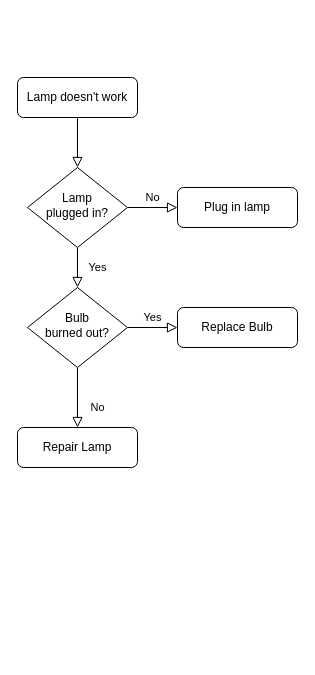
Earlier version of the draw.io diagram draw.io/linux课程设计/客户端整体流程图.drawio (ImZjm/ResourceHub). Source tidied: cells renumbered, new cells numbered last; positions are measured from the earlier drawing's top-left corner, leaving out a move shared by most shapes. Both pictures are drawn from the tidied source at 100%, with x=0, y=0 at pixel (17, 77).
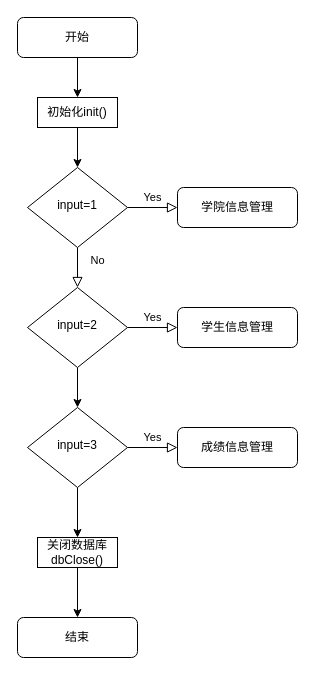
The same page after the edit.

Commit message:
更新客户端整体流程图.drawio

What changed in the source:
```diff
@@
-    <mxCell id="2" style="rounded=0;html=1;jettySize=auto;fontSize=11;endArrow=block;endFill=0;endSize=8;strokeWidth=1;shadow=0;labelBackgroundColor=none;edgeStyle=orthogonalEdgeStyle;" parent="1" edge="1" source="3" target="6">
-      <mxGeometry relative="1" as="geometry" />
-    </mxCell>
+    <mxCell id="13" style="edgeStyle=none;rounded=0;jettySize=auto;html=1;" parent="1" edge="1" source="3" target="16">
+      <mxGeometry relative="1" as="geometry" />
+    </mxCell>
-    <mxCell id="3" value="Lamp doesn't work" style="rounded=1;whiteSpace=wrap;html=1;fontSize=12;glass=0;strokeWidth=1;shadow=0;" parent="1" vertex="1">
-      <mxGeometry width="120" height="40" as="geometry" />
+    <mxCell id="3" value="开始" style="rounded=1;whiteSpace=wrap;html=1;fontSize=12;glass=0;strokeWidth=1;shadow=0;" parent="1" vertex="1">
+      <mxGeometry y="-60" width="120" height="40" as="geometry" />
     </mxCell>
-    <mxCell id="4" value="Yes" style="rounded=0;html=1;jettySize=auto;fontSize=11;endArrow=block;endFill=0;endSize=8;strokeWidth=1;shadow=0;labelBackgroundColor=none;edgeStyle=orthogonalEdgeStyle;" parent="1" edge="1" source="6" target="10">
+    <mxCell id="4" value="No&lt;div&gt;&lt;br&gt;&lt;/div&gt;" style="rounded=0;html=1;jettySize=auto;fontSize=11;endArrow=block;endFill=0;endSize=8;strokeWidth=1;shadow=0;labelBackgroundColor=none;edgeStyle=orthogonalEdgeStyle;" parent="1" edge="1" source="6" target="10">
       <mxGeometry y="20" relative="1" as="geometry" />
     </mxCell>
-    <mxCell id="5" value="No" style="edgeStyle=orthogonalEdgeStyle;rounded=0;html=1;jettySize=auto;fontSize=11;endArrow=block;endFill=0;endSize=8;strokeWidth=1;shadow=0;labelBackgroundColor=none;" parent="1" edge="1" source="6" target="7">
+    <mxCell id="5" value="Yes" style="edgeStyle=orthogonalEdgeStyle;rounded=0;html=1;jettySize=auto;fontSize=11;endArrow=block;endFill=0;endSize=8;strokeWidth=1;shadow=0;labelBackgroundColor=none;" parent="1" edge="1" source="6" target="7">
       <mxGeometry y="10" relative="1" as="geometry" />
     </mxCell>
-    <mxCell id="6" value="Lamp&lt;br&gt;plugged in?" style="rhombus;whiteSpace=wrap;html=1;shadow=0;fontFamily=Helvetica;fontSize=12;align=center;strokeWidth=1;spacing=6;spacingTop=-4;" parent="1" vertex="1">
+    <mxCell id="6" value="input=1" style="rhombus;whiteSpace=wrap;html=1;shadow=0;fontFamily=Helvetica;fontSize=12;align=center;strokeWidth=1;spacing=6;spacingTop=-4;" parent="1" vertex="1">
       <mxGeometry x="10" y="90" width="100" height="80" as="geometry" />
     </mxCell>
-    <mxCell id="7" value="Plug in lamp" style="rounded=1;whiteSpace=wrap;html=1;fontSize=12;glass=0;strokeWidth=1;shadow=0;" parent="1" vertex="1">
+    <mxCell id="7" value="学院信息管理" style="rounded=1;whiteSpace=wrap;html=1;fontSize=12;glass=0;strokeWidth=1;shadow=0;" parent="1" vertex="1">
       <mxGeometry x="160" y="110" width="120" height="40" as="geometry" />
     </mxCell>
-    <mxCell id="8" value="No" style="rounded=0;html=1;jettySize=auto;fontSize=11;endArrow=block;endFill=0;endSize=8;strokeWidth=1;shadow=0;labelBackgroundColor=none;edgeStyle=orthogonalEdgeStyle;" parent="1" edge="1" source="10" target="11">
-      <mxGeometry x="0.33" y="20" relative="1" as="geometry" />
-    </mxCell>
@@
+    <mxCell id="14" style="edgeStyle=none;rounded=0;jettySize=auto;html=1;" parent="1" edge="1" source="10" target="19">
+      <mxGeometry relative="1" as="geometry" />
+    </mxCell>
-    <mxCell id="10" value="Bulb&lt;br&gt;burned out?" style="rhombus;whiteSpace=wrap;html=1;shadow=0;fontFamily=Helvetica;fontSize=12;align=center;strokeWidth=1;spacing=6;spacingTop=-4;" parent="1" vertex="1">
+    <mxCell id="10" value="input=2" style="rhombus;whiteSpace=wrap;html=1;shadow=0;fontFamily=Helvetica;fontSize=12;align=center;strokeWidth=1;spacing=6;spacingTop=-4;" parent="1" vertex="1">
       <mxGeometry x="10" y="210" width="100" height="80" as="geometry" />
     </mxCell>
-    <mxCell id="11" value="Repair Lamp" style="rounded=1;whiteSpace=wrap;html=1;fontSize=12;glass=0;strokeWidth=1;shadow=0;" parent="1" vertex="1">
-      <mxGeometry y="350" width="120" height="40" as="geometry" />
+    <mxCell id="11" value="结束" style="rounded=1;whiteSpace=wrap;html=1;fontSize=12;glass=0;strokeWidth=1;shadow=0;" parent="1" vertex="1">
+      <mxGeometry y="540" width="120" height="40" as="geometry" />
     </mxCell>
-    <mxCell id="12" value="Replace Bulb" style="rounded=1;whiteSpace=wrap;html=1;fontSize=12;glass=0;strokeWidth=1;shadow=0;" parent="1" vertex="1">
+    <mxCell id="12" value="学生信息管理" style="rounded=1;whiteSpace=wrap;html=1;fontSize=12;glass=0;strokeWidth=1;shadow=0;" parent="1" vertex="1">
       <mxGeometry x="160" y="230" width="120" height="40" as="geometry" />
     </mxCell>
+    <mxCell id="15" style="edgeStyle=none;rounded=0;jettySize=auto;html=1;" parent="1" edge="1" source="16" target="6">
+      <mxGeometry relative="1" as="geometry" />
+    </mxCell>
+    <mxCell id="16" value="初始化init()" style="rounded=0;whiteSpace=wrap;html=1;" parent="1" vertex="1">
+      <mxGeometry x="20" y="20" width="80" height="30" as="geometry" />
+    </mxCell>
+    <mxCell id="17" value="Yes" style="edgeStyle=orthogonalEdgeStyle;rounded=0;html=1;jettySize=auto;fontSize=11;endArrow=block;endFill=0;endSize=8;strokeWidth=1;shadow=0;labelBackgroundColor=none;" parent="1" edge="1" source="19" target="20">
+      <mxGeometry y="10" relative="1" as="geometry" />
+    </mxCell>
+    <mxCell id="18" style="edgeStyle=none;rounded=0;jettySize=auto;html=1;" parent="1" edge="1" source="19" target="22">
+      <mxGeometry relative="1" as="geometry" />
+    </mxCell>
+    <mxCell id="19" value="input=3" style="rhombus;whiteSpace=wrap;html=1;shadow=0;fontFamily=Helvetica;fontSize=12;align=center;strokeWidth=1;spacing=6;spacingTop=-4;" parent="1" vertex="1">
+      <mxGeometry x="10" y="330" width="100" height="80" as="geometry" />
+    </mxCell>
+    <mxCell id="20" value="成绩信息管理" style="rounded=1;whiteSpace=wrap;html=1;fontSize=12;glass=0;strokeWidth=1;shadow=0;" parent="1" vertex="1">
+      <mxGeometry x="160" y="350" width="120" height="40" as="geometry" />
+    </mxCell>
+    <mxCell id="21" style="edgeStyle=none;rounded=0;jettySize=auto;html=1;" parent="1" edge="1" source="22" target="11">
+      <mxGeometry relative="1" as="geometry" />
+    </mxCell>
+    <mxCell id="22" value="关闭数据库dbClose()" style="rounded=0;whiteSpace=wrap;html=1;" parent="1" vertex="1">
+      <mxGeometry x="20" y="460" width="80" height="30" as="geometry" />
+    </mxCell>
```
